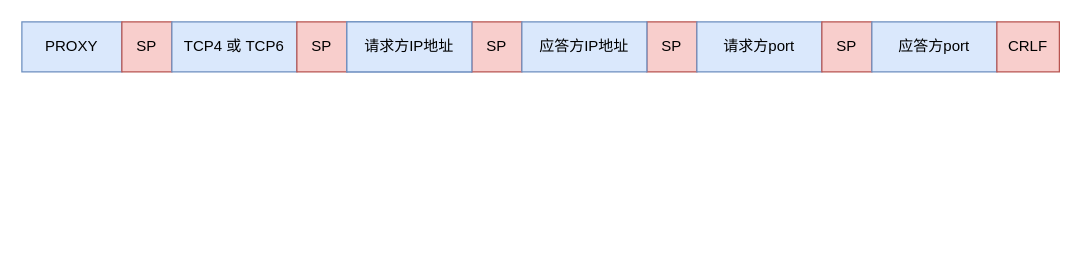
moonlightop/Blog keeps this draw.io diagram as HTTp.drawio. Above is the earlier version. Source tidied: cells renumbered, new cells numbered last; positions are measured from the earlier drawing's top-left corner, leaving out a move shared by most shapes. Both pictures are drawn from the tidied source at 125%, with x=0, y=0 at pixel (21, 21).
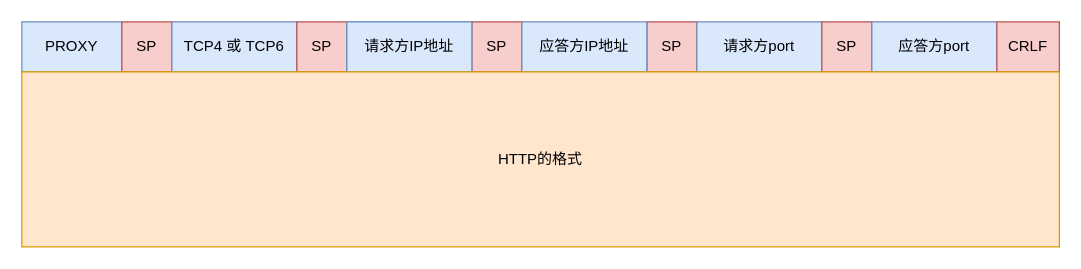
Above is the later version.

What changed in the source:
```diff
@@
 <mxGraphModel>
   <root>
     <mxCell id="0" />
     <mxCell id="1" parent="0" />
     <mxCell id="2" value="PROXY" style="rounded=0;whiteSpace=wrap;html=1;fillColor=#dae8fc;strokeColor=#6c8ebf;" parent="1" vertex="1">
       <mxGeometry width="80" height="40" as="geometry" />
     </mxCell>
     <mxCell id="3" value="SP" style="rounded=0;whiteSpace=wrap;html=1;fillColor=#f8cecc;strokeColor=#b85450;" parent="1" vertex="1">
       <mxGeometry x="80" width="40" height="40" as="geometry" />
     </mxCell>
     <mxCell id="4" value="TCP4 或 TCP6" style="rounded=0;whiteSpace=wrap;html=1;fillColor=#dae8fc;strokeColor=#6c8ebf;" parent="1" vertex="1">
       <mxGeometry x="120" width="100" height="40" as="geometry" />
     </mxCell>
     <mxCell id="5" value="SP" style="rounded=0;whiteSpace=wrap;html=1;fillColor=#f8cecc;strokeColor=#b85450;" parent="1" vertex="1">
       <mxGeometry x="220" width="40" height="40" as="geometry" />
     </mxCell>
     <mxCell id="6" value="请求方IP地址" style="rounded=0;whiteSpace=wrap;html=1;fillColor=#dae8fc;strokeColor=#6c8ebf;" parent="1" vertex="1">
       <mxGeometry x="260" width="100" height="40" as="geometry" />
     </mxCell>
     <mxCell id="7" value="SP" style="rounded=0;whiteSpace=wrap;html=1;fillColor=#f8cecc;strokeColor=#b85450;" parent="1" vertex="1">
       <mxGeometry x="360" width="40" height="40" as="geometry" />
     </mxCell>
     <mxCell id="8" value="请求方IP地址" style="rounded=0;whiteSpace=wrap;html=1;fillColor=#dae8fc;strokeColor=#6c8ebf;" parent="1" vertex="1">
       <mxGeometry x="260" width="100" height="40" as="geometry" />
     </mxCell>
     <mxCell id="9" value="SP" style="rounded=0;whiteSpace=wrap;html=1;fillColor=#f8cecc;strokeColor=#b85450;" parent="1" vertex="1">
       <mxGeometry x="500" width="40" height="40" as="geometry" />
     </mxCell>
     <mxCell id="10" value="请求方port" style="rounded=0;whiteSpace=wrap;html=1;fillColor=#dae8fc;strokeColor=#6c8ebf;" parent="1" vertex="1">
       <mxGeometry x="540" width="100" height="40" as="geometry" />
     </mxCell>
     <mxCell id="11" value="应答方IP地址" style="rounded=0;whiteSpace=wrap;html=1;fillColor=#dae8fc;strokeColor=#6c8ebf;" parent="1" vertex="1">
       <mxGeometry x="400" width="100" height="40" as="geometry" />
     </mxCell>
     <mxCell id="12" value="SP" style="rounded=0;whiteSpace=wrap;html=1;fillColor=#f8cecc;strokeColor=#b85450;" parent="1" vertex="1">
       <mxGeometry x="640" width="40" height="40" as="geometry" />
     </mxCell>
     <mxCell id="13" value="应答方port" style="rounded=0;whiteSpace=wrap;html=1;fillColor=#dae8fc;strokeColor=#6c8ebf;" parent="1" vertex="1">
       <mxGeometry x="680" width="100" height="40" as="geometry" />
     </mxCell>
     <mxCell id="14" value="CRLF" style="rounded=0;whiteSpace=wrap;html=1;fillColor=#f8cecc;strokeColor=#b85450;" parent="1" vertex="1">
       <mxGeometry x="780" width="50" height="40" as="geometry" />
     </mxCell>
+    <mxCell id="15" value="HTTP的格式" style="rounded=0;whiteSpace=wrap;html=1;fillColor=#ffe6cc;strokeColor=#d79b00;" parent="1" vertex="1">
+      <mxGeometry y="40" width="830" height="140" as="geometry" />
+    </mxCell>
   </root>
 </mxGraphModel>
```
